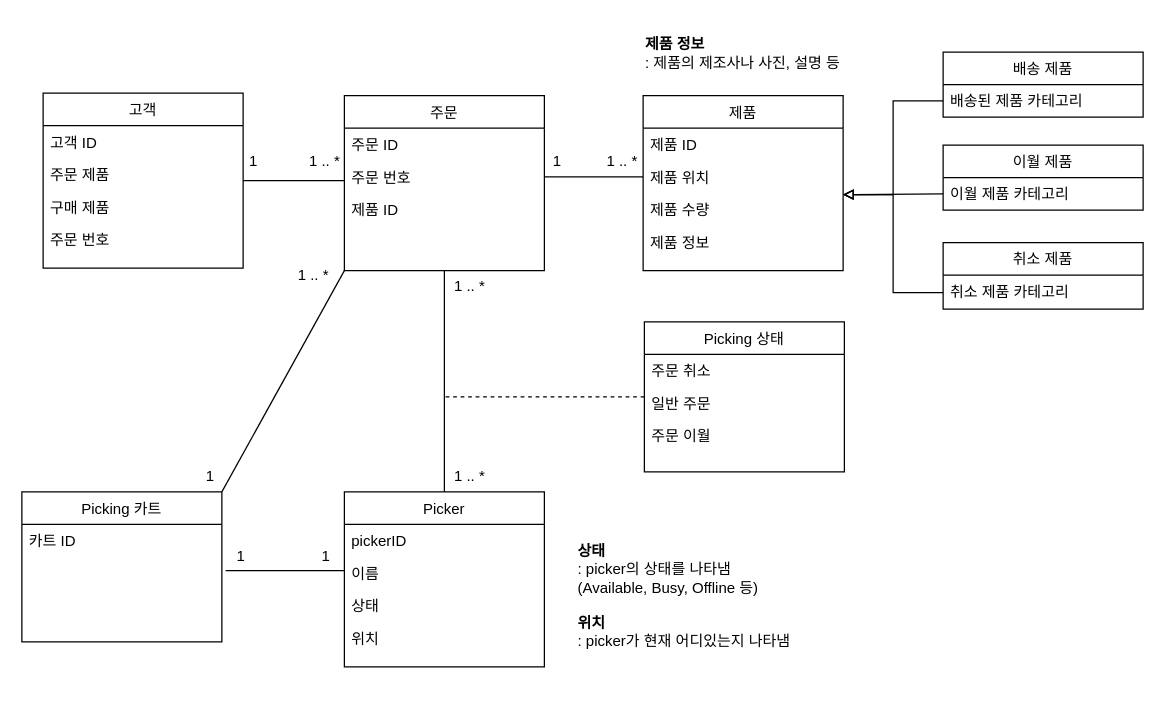
Before: 시분설_6조_class_diagram.drawio in dbsrudrla/diagram, a draw.io diagram. Source tidied: cells renumbered, new cells numbered last; positions are measured from the earlier drawing's top-left corner, leaving out a move shared by most shapes. Both pictures are drawn from the tidied source at 125%, with x=0, y=0 at pixel (21, 21).
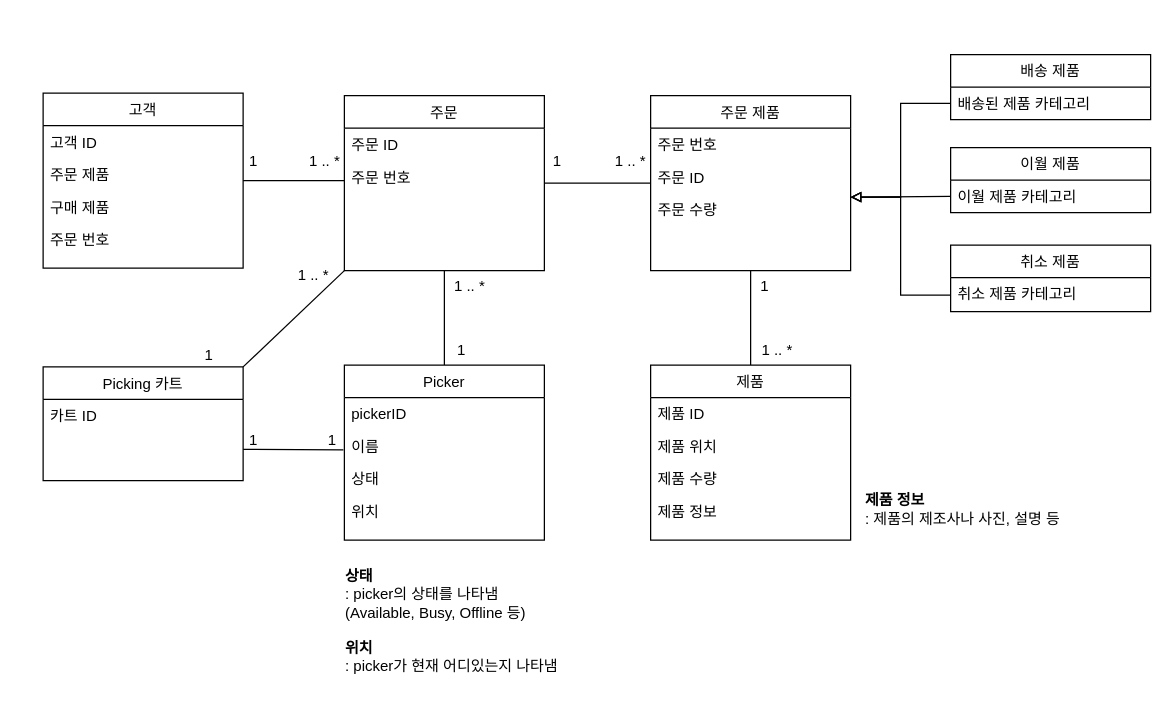
The same diagram, later.

Commit message:
시분설_6조_class_diagram.drawio 업데이트

Unchanged cells that the change refers to:
```xml
<mxCell id="4" value="제품 위치" style="text;align=left;verticalAlign=top;spacingLeft=4;spacingRight=4;overflow=hidden;points=[[0,0.5],[1,0.5]];portConstraint=eastwest;" parent="2" vertex="1">
  <mxGeometry y="52" width="160" height="26" as="geometry" />
</mxCell>
<mxCell id="8" value="주문" style="swimlane;fontStyle=0;align=center;verticalAlign=top;horizontal=1;startSize=26;rounded=0;shadow=0;strokeWidth=1;" parent="1" vertex="1">
  <mxGeometry x="258" y="59" width="160" height="140" as="geometry" />
</mxCell>
<mxCell id="10" value="주문 번호" style="text;align=left;verticalAlign=top;spacingLeft=4;spacingRight=4;overflow=hidden;points=[[0,0.5],[1,0.5]];portConstraint=eastwest;" parent="8" vertex="1">
  <mxGeometry y="52" width="160" height="26" as="geometry" />
</mxCell>
<mxCell id="26" value="배송된 제품 카테고리" style="text;align=left;verticalAlign=top;spacingLeft=4;spacingRight=4;overflow=hidden;points=[[0,0.5],[1,0.5]];portConstraint=eastwest;rounded=0;shadow=0;html=0;" parent="25" vertex="1">
  <mxGeometry y="26" width="160" height="26" as="geometry" />
</mxCell>
<mxCell id="50" value="이름" style="text;align=left;verticalAlign=top;spacingLeft=4;spacingRight=4;overflow=hidden;points=[[0,0.5],[1,0.5]];portConstraint=eastwest;" parent="48" vertex="1">
  <mxGeometry y="52" width="160" height="26" as="geometry" />
</mxCell>
```

What changed in the source:
```diff
@@
     <mxCell id="2" value="제품" style="swimlane;fontStyle=0;align=center;verticalAlign=top;horizontal=1;startSize=26;rounded=0;shadow=0;strokeWidth=1;" parent="1" vertex="1">
-      <mxGeometry x="497" y="59" width="160" height="140" as="geometry" />
+      <mxGeometry x="503" y="274.5" width="160" height="140" as="geometry" />
     </mxCell>
@@
-    <mxCell id="11" value="제품 ID" style="text;align=left;verticalAlign=top;spacingLeft=4;spacingRight=4;overflow=hidden;rounded=0;shadow=0;html=0;" parent="8" vertex="1">
-      <mxGeometry y="78" width="160" height="26" as="geometry" />
-    </mxCell>
@@
     <mxCell id="19" style="rounded=0;jettySize=auto;html=1;entryX=1;entryY=0.5;entryDx=0;entryDy=0;endArrow=block;endFill=0;exitX=0;exitY=0.75;exitDx=0;exitDy=0;" parent="1" edge="1" source="20">
       <mxGeometry relative="1" as="geometry">
-        <mxPoint x="657" y="138.2" as="targetPoint" />
+        <mxPoint x="663" y="140.2" as="targetPoint" />
       </mxGeometry>
     </mxCell>
     <mxCell id="20" value="이월 제품" style="swimlane;fontStyle=0;align=center;verticalAlign=top;horizontal=1;startSize=26;rounded=0;shadow=0;strokeWidth=1;" parent="1" vertex="1">
-      <mxGeometry x="737" y="98.6" width="160" height="52" as="geometry" />
+      <mxGeometry x="743" y="100.6" width="160" height="52" as="geometry" />
     </mxCell>
@@
     <mxCell id="22" style="edgeStyle=elbowEdgeStyle;rounded=0;jettySize=auto;html=1;exitX=0;exitY=0.75;exitDx=0;exitDy=0;startArrow=none;startFill=0;endArrow=block;endFill=0;entryX=1;entryY=0.5;entryDx=0;entryDy=0;" parent="1" edge="1" source="23">
       <mxGeometry relative="1" as="geometry">
-        <mxPoint x="657" y="138.2" as="targetPoint" />
+        <mxPoint x="663" y="140.2" as="targetPoint" />
       </mxGeometry>
     </mxCell>
     <mxCell id="23" value="취소 제품" style="swimlane;fontStyle=0;align=center;verticalAlign=top;horizontal=1;startSize=26;rounded=0;shadow=0;strokeWidth=1;" parent="1" vertex="1">
-      <mxGeometry x="737" y="176.6" width="160" height="53.2" as="geometry" />
+      <mxGeometry x="743" y="178.6" width="160" height="53.2" as="geometry" />
     </mxCell>
@@
     <mxCell id="25" value="배송 제품" style="swimlane;fontStyle=0;align=center;verticalAlign=top;horizontal=1;startSize=26;rounded=0;shadow=0;strokeWidth=1;" parent="1" vertex="1">
-      <mxGeometry x="737" y="24.2" width="160" height="52" as="geometry" />
+      <mxGeometry x="743" y="26.2" width="160" height="52" as="geometry" />
     </mxCell>
@@
     <mxCell id="27" style="edgeStyle=elbowEdgeStyle;rounded=0;jettySize=auto;html=1;exitX=0;exitY=0.5;exitDx=0;exitDy=0;endArrow=block;endFill=0;entryX=1;entryY=0.5;entryDx=0;entryDy=0;" parent="1" edge="1" source="26">
       <mxGeometry relative="1" as="geometry">
-        <mxPoint x="657" y="138.2" as="targetPoint" />
+        <mxPoint x="663" y="140.2" as="targetPoint" />
       </mxGeometry>
     </mxCell>
-    <mxCell id="28" style="rounded=0;orthogonalLoop=1;jettySize=auto;html=1;entryX=0;entryY=0.5;entryDx=0;entryDy=0;endArrow=none;endFill=0;exitX=1;exitY=0.5;exitDx=0;exitDy=0;" parent="1" edge="1">
+    <mxCell id="28" style="rounded=0;jettySize=auto;html=1;entryX=-0.005;entryY=0.614;entryDx=0;entryDy=0;endArrow=none;endFill=0;entryPerimeter=0;" parent="1" edge="1" target="50">
       <mxGeometry relative="1" as="geometry">
-        <mxPoint x="163" y="439" as="sourcePoint" />
-        <mxPoint x="258" y="439" as="targetPoint" />
+        <mxPoint x="177" y="342" as="sourcePoint" />
       </mxGeometry>
     </mxCell>
-    <mxCell id="29" style="rounded=0;jettySize=auto;html=1;exitX=1;exitY=0.5;exitDx=0;exitDy=0;entryX=0;entryY=0.5;entryDx=0;entryDy=0;endArrow=none;endFill=0;" parent="1" edge="1" source="10" target="4">
-      <mxGeometry relative="1" as="geometry" />
-    </mxCell>
     <mxCell id="30" value="&lt;b&gt;상태&lt;/b&gt;&amp;nbsp;&lt;br&gt;: picker의 상태를 나타냄&lt;br&gt;(Available, Busy, Offline 등)" style="text;html=1;strokeColor=none;fillColor=none;align=left;verticalAlign=middle;whiteSpace=wrap;rounded=0;" parent="1" vertex="1">
-      <mxGeometry x="443" y="413" width="190" height="50" as="geometry" />
+      <mxGeometry x="257" y="433" width="190" height="50" as="geometry" />
     </mxCell>
     <mxCell id="31" value="&lt;b&gt;위치&lt;/b&gt;&amp;nbsp;&lt;br&gt;: picker가 현재 어디있는지 나타냄" style="text;html=1;strokeColor=none;fillColor=none;align=left;verticalAlign=middle;whiteSpace=wrap;rounded=0;" parent="1" vertex="1">
-      <mxGeometry x="443" y="463" width="190" height="50" as="geometry" />
+      <mxGeometry x="257" y="483" width="190" height="50" as="geometry" />
     </mxCell>
     <mxCell id="32" value="&lt;b&gt;제품 정보&lt;/b&gt;&amp;nbsp;&lt;br&gt;: 제품의 제조사나 사진, 설명 등" style="text;html=1;strokeColor=none;fillColor=none;align=left;verticalAlign=middle;whiteSpace=wrap;rounded=0;" parent="1" vertex="1">
-      <mxGeometry x="497" width="176" height="50" as="geometry" />
+      <mxGeometry x="673" y="364.5" width="176" height="50" as="geometry" />
     </mxCell>
     <mxCell id="33" value="1" style="text;html=1;align=center;verticalAlign=middle;strokeColor=none;fillColor=none;" parent="1" vertex="1">
-      <mxGeometry x="160" y="413" width="30" height="30" as="geometry" />
+      <mxGeometry x="170" y="320" width="30" height="30" as="geometry" />
     </mxCell>
     <mxCell id="34" value="1" style="text;html=1;align=center;verticalAlign=middle;strokeColor=none;fillColor=none;" parent="1" vertex="1">
-      <mxGeometry x="228" y="413" width="30" height="30" as="geometry" />
+      <mxGeometry x="233" y="320" width="30" height="30" as="geometry" />
     </mxCell>
-    <mxCell id="35" style="edgeStyle=orthogonalEdgeStyle;rounded=0;jettySize=auto;html=1;exitX=0;exitY=0.5;exitDx=0;exitDy=0;dashed=1;endArrow=none;endFill=0;" parent="1" edge="1" source="36">
-      <mxGeometry relative="1" as="geometry">
-        <mxPoint x="339" y="300" as="targetPoint" />
-      </mxGeometry>
-    </mxCell>
-    <mxCell id="36" value="Picking 상태" style="swimlane;fontStyle=0;align=center;verticalAlign=top;horizontal=1;startSize=26;rounded=0;shadow=0;strokeWidth=1;" parent="1" vertex="1">
-      <mxGeometry x="498" y="240" width="160" height="120" as="geometry" />
-    </mxCell>
-    <mxCell id="37" value="주문 취소" style="text;align=left;verticalAlign=top;spacingLeft=4;spacingRight=4;overflow=hidden;rounded=0;shadow=0;html=0;" parent="36" vertex="1">
-      <mxGeometry y="26" width="160" height="26" as="geometry" />
-    </mxCell>
-    <mxCell id="38" value="일반 주문" style="text;align=left;verticalAlign=top;spacingLeft=4;spacingRight=4;overflow=hidden;" parent="36" vertex="1">
-      <mxGeometry y="52" width="160" height="26" as="geometry" />
-    </mxCell>
-    <mxCell id="39" value="주문 이월" style="text;align=left;verticalAlign=top;spacingLeft=4;spacingRight=4;overflow=hidden;rounded=0;shadow=0;html=0;" parent="36" vertex="1">
-      <mxGeometry y="78" width="160" height="26" as="geometry" />
-    </mxCell>
@@
-    <mxCell id="41" value="1 .. *" style="text;html=1;align=center;verticalAlign=middle;strokeColor=none;fillColor=none;" parent="1" vertex="1">
-      <mxGeometry x="333" y="349" width="50" height="30" as="geometry" />
+    <mxCell id="41" value="1&amp;nbsp;" style="text;html=1;align=center;verticalAlign=middle;strokeColor=none;fillColor=none;" parent="1" vertex="1">
+      <mxGeometry x="338" y="247.5" width="30" height="30" as="geometry" />
     </mxCell>
@@
-    <mxCell id="45" value="1 .. *" style="text;html=1;align=center;verticalAlign=middle;strokeColor=none;fillColor=none;" parent="1" vertex="1">
-      <mxGeometry x="455" y="97" width="50" height="30" as="geometry" />
-    </mxCell>
@@
     <mxCell id="47" value="1&amp;nbsp;" style="text;html=1;align=center;verticalAlign=middle;strokeColor=none;fillColor=none;" parent="1" vertex="1">
-      <mxGeometry x="137" y="349" width="30" height="30" as="geometry" />
+      <mxGeometry x="136" y="252" width="30" height="30" as="geometry" />
     </mxCell>
     <mxCell id="48" value="Picker" style="swimlane;fontStyle=0;align=center;verticalAlign=top;horizontal=1;startSize=26;rounded=0;shadow=0;strokeWidth=1;" parent="1" vertex="1">
-      <mxGeometry x="258" y="376" width="160" height="140" as="geometry" />
+      <mxGeometry x="258" y="274.5" width="160" height="140" as="geometry" />
     </mxCell>
@@
     <mxCell id="53" value="Picking 카트" style="swimlane;fontStyle=0;align=center;verticalAlign=top;horizontal=1;startSize=26;rounded=0;shadow=0;strokeWidth=1;" parent="1" vertex="1">
-      <mxGeometry y="376" width="160" height="120" as="geometry" />
+      <mxGeometry x="17" y="276" width="160" height="91" as="geometry" />
     </mxCell>
@@
+    <mxCell id="55" style="edgeStyle=orthogonalEdgeStyle;rounded=0;jettySize=auto;html=1;entryX=1;entryY=0.5;entryDx=0;entryDy=0;endArrow=none;endFill=0;" parent="1" edge="1" source="57" target="8">
+      <mxGeometry relative="1" as="geometry" />
+    </mxCell>
+    <mxCell id="56" style="edgeStyle=orthogonalEdgeStyle;rounded=0;jettySize=auto;html=1;exitX=0.5;exitY=1;exitDx=0;exitDy=0;entryX=0.5;entryY=0;entryDx=0;entryDy=0;endArrow=none;endFill=0;" parent="1" edge="1" source="57" target="2">
+      <mxGeometry relative="1" as="geometry" />
+    </mxCell>
+    <mxCell id="57" value="주문 제품" style="swimlane;fontStyle=0;align=center;verticalAlign=top;horizontal=1;startSize=26;rounded=0;shadow=0;strokeWidth=1;" parent="1" vertex="1">
+      <mxGeometry x="503" y="59" width="160" height="140" as="geometry" />
+    </mxCell>
+    <mxCell id="58" value="주문 번호" style="text;align=left;verticalAlign=top;spacingLeft=4;spacingRight=4;overflow=hidden;rounded=0;shadow=0;html=0;" parent="57" vertex="1">
+      <mxGeometry y="26" width="160" height="26" as="geometry" />
+    </mxCell>
+    <mxCell id="59" value="주문 ID" style="text;align=left;verticalAlign=top;spacingLeft=4;spacingRight=4;overflow=hidden;rounded=0;shadow=0;html=0;" parent="57" vertex="1">
+      <mxGeometry y="52" width="160" height="26" as="geometry" />
+    </mxCell>
+    <mxCell id="60" value="주문 수량" style="text;align=left;verticalAlign=top;spacingLeft=4;spacingRight=4;overflow=hidden;rounded=0;shadow=0;html=0;" parent="57" vertex="1">
+      <mxGeometry y="78" width="160" height="26" as="geometry" />
+    </mxCell>
+    <mxCell id="61" value="&amp;nbsp;1 .. *" style="text;html=1;align=center;verticalAlign=middle;strokeColor=none;fillColor=none;" parent="1" vertex="1">
+      <mxGeometry x="460" y="97" width="50" height="30" as="geometry" />
+    </mxCell>
+    <mxCell id="45" value="1 .. *" style="text;html=1;align=center;verticalAlign=middle;strokeColor=none;fillColor=none;" parent="1" vertex="1">
+      <mxGeometry x="579" y="247.5" width="50" height="30" as="geometry" />
+    </mxCell>
+    <mxCell id="62" value="1" style="text;html=1;align=center;verticalAlign=middle;strokeColor=none;fillColor=none;" parent="1" vertex="1">
+      <mxGeometry x="579" y="197" width="30" height="30" as="geometry" />
+    </mxCell>
```
